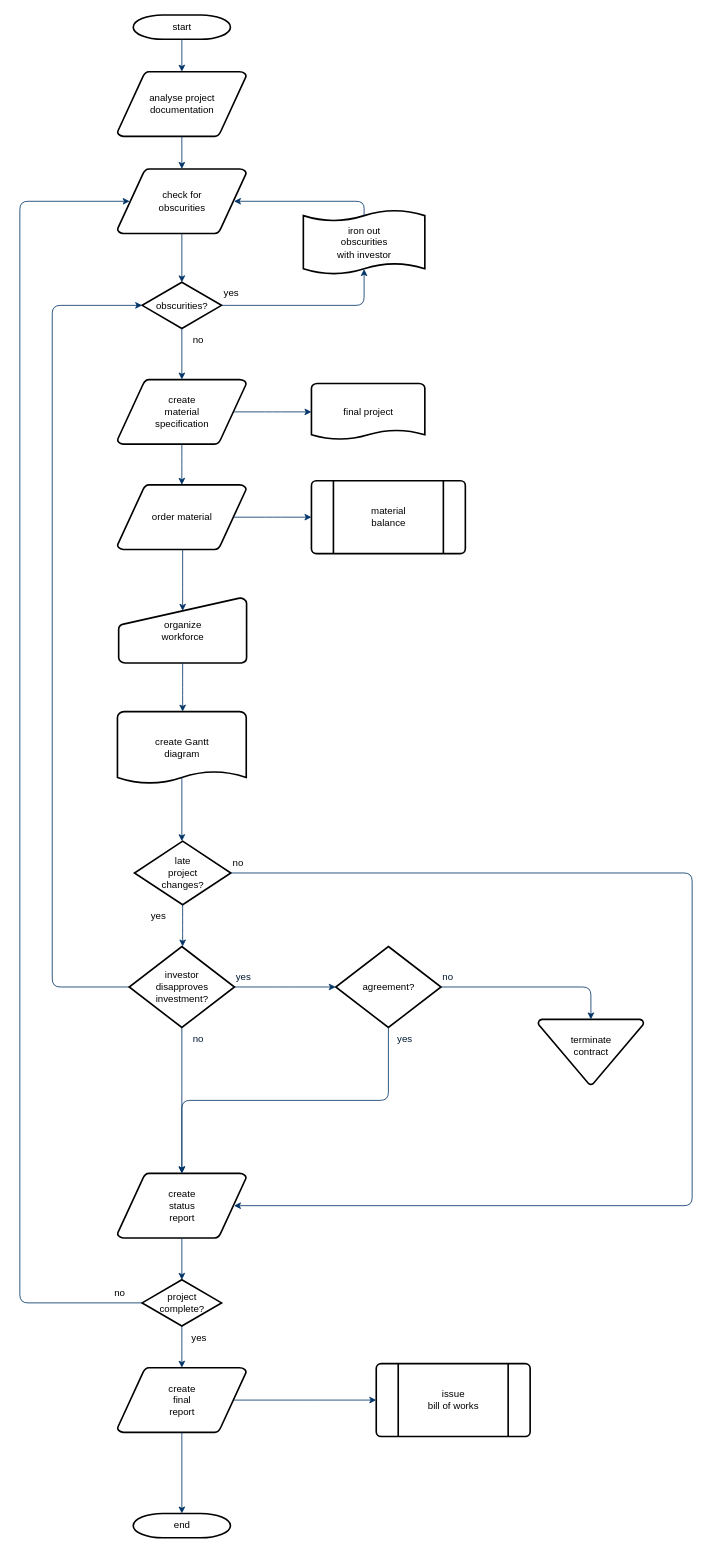
Before: mskf-flowchart01.drawio in yuxing79/weather, a draw.io diagram. Source tidied: cells renumbered, new cells numbered last; positions are measured from the earlier drawing's top-left corner, leaving out a move shared by most shapes. Both pictures are drawn from the tidied source at 81%, with x=0, y=0 at pixel (19, 15).
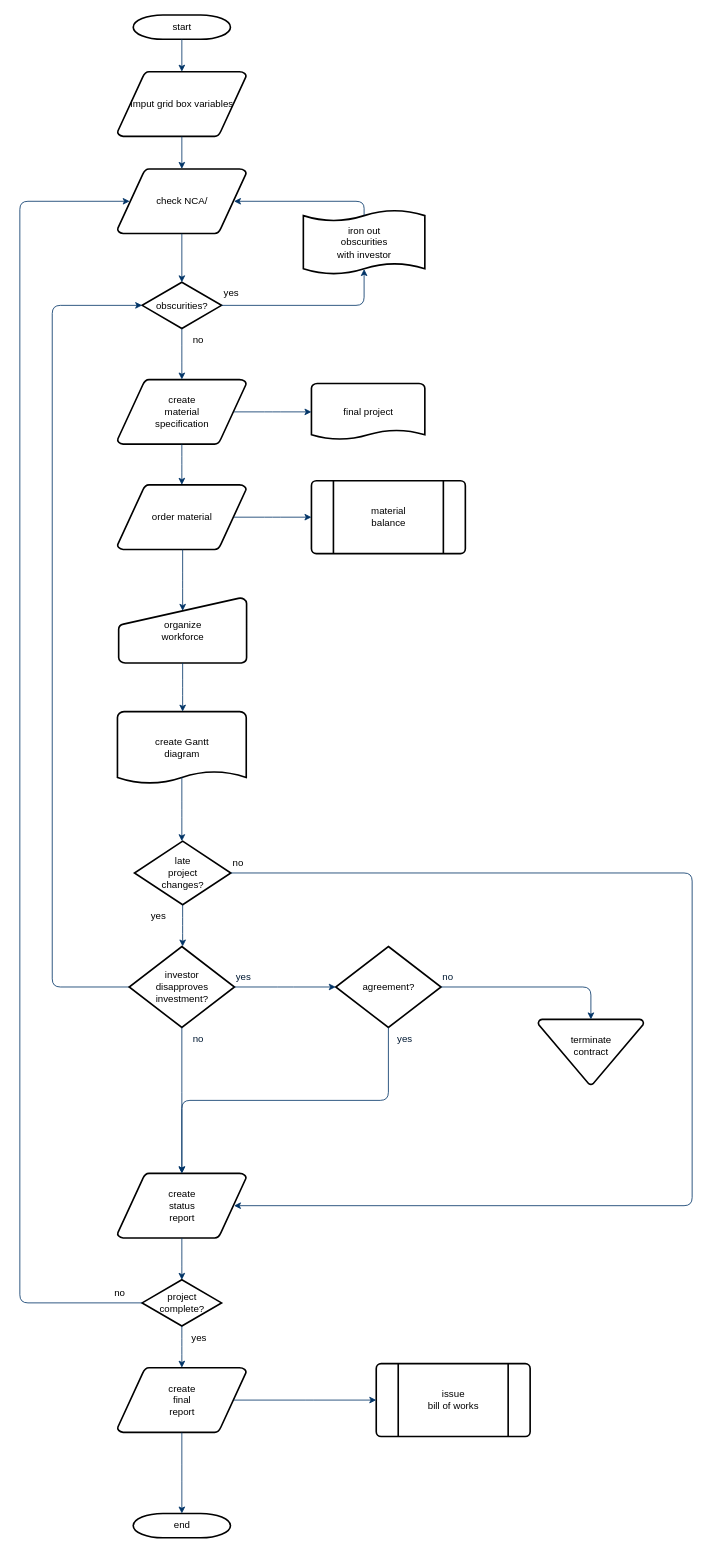
The same diagram, later.

What changed in the source:
```diff
@@
-    <mxCell id="3" value="analyse project&#10; documentation" style="shape=mxgraph.flowchart.data;strokeWidth=2;gradientColor=none;gradientDirection=north;fontStyle=0;html=1;" parent="1" vertex="1">
+    <mxCell id="3" value="imput grid box variables&lt;br&gt;" style="shape=mxgraph.flowchart.data;strokeWidth=2;gradientColor=none;gradientDirection=north;fontStyle=0;html=1;" parent="1" vertex="1">
       <mxGeometry x="120.5" y="70" width="159" height="80" as="geometry" />
     </mxCell>
@@
-    <mxCell id="5" value="check for&#10;obscurities" style="shape=mxgraph.flowchart.data;strokeWidth=2;gradientColor=none;gradientDirection=north;fontStyle=0;html=1;" parent="1" vertex="1">
+    <mxCell id="5" value="check NCA/" style="shape=mxgraph.flowchart.data;strokeWidth=2;gradientColor=none;gradientDirection=north;fontStyle=0;html=1;" parent="1" vertex="1">
       <mxGeometry x="120.5" y="190" width="159" height="80" as="geometry" />
     </mxCell>
```
